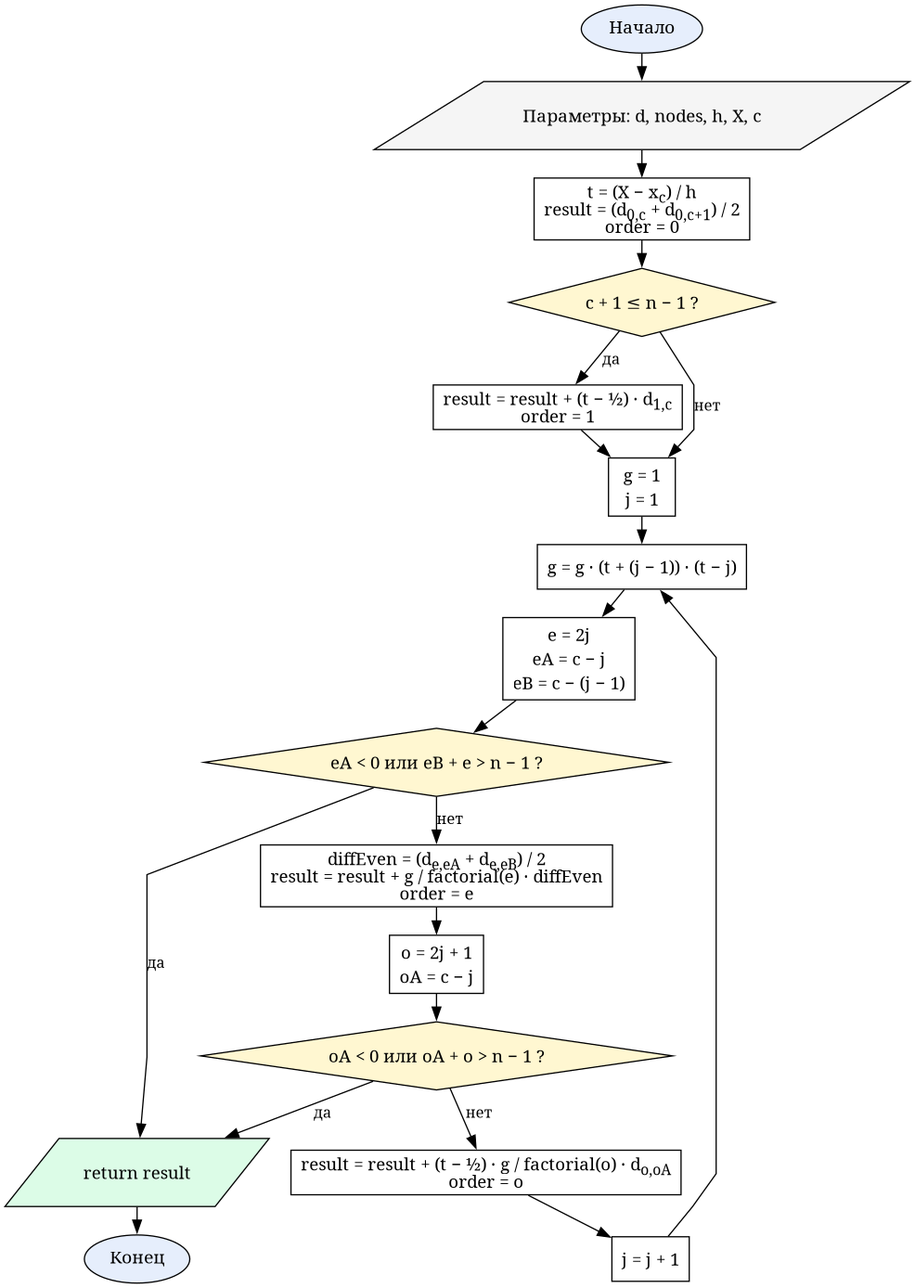
Earlier version of the Graphviz export reports/resources/flowcharts/lab5_bessel.png (Oriptal/calc-math-lab2). Its source is kept beside it as reports/resources/flowcharts/lab5_bessel.dot.
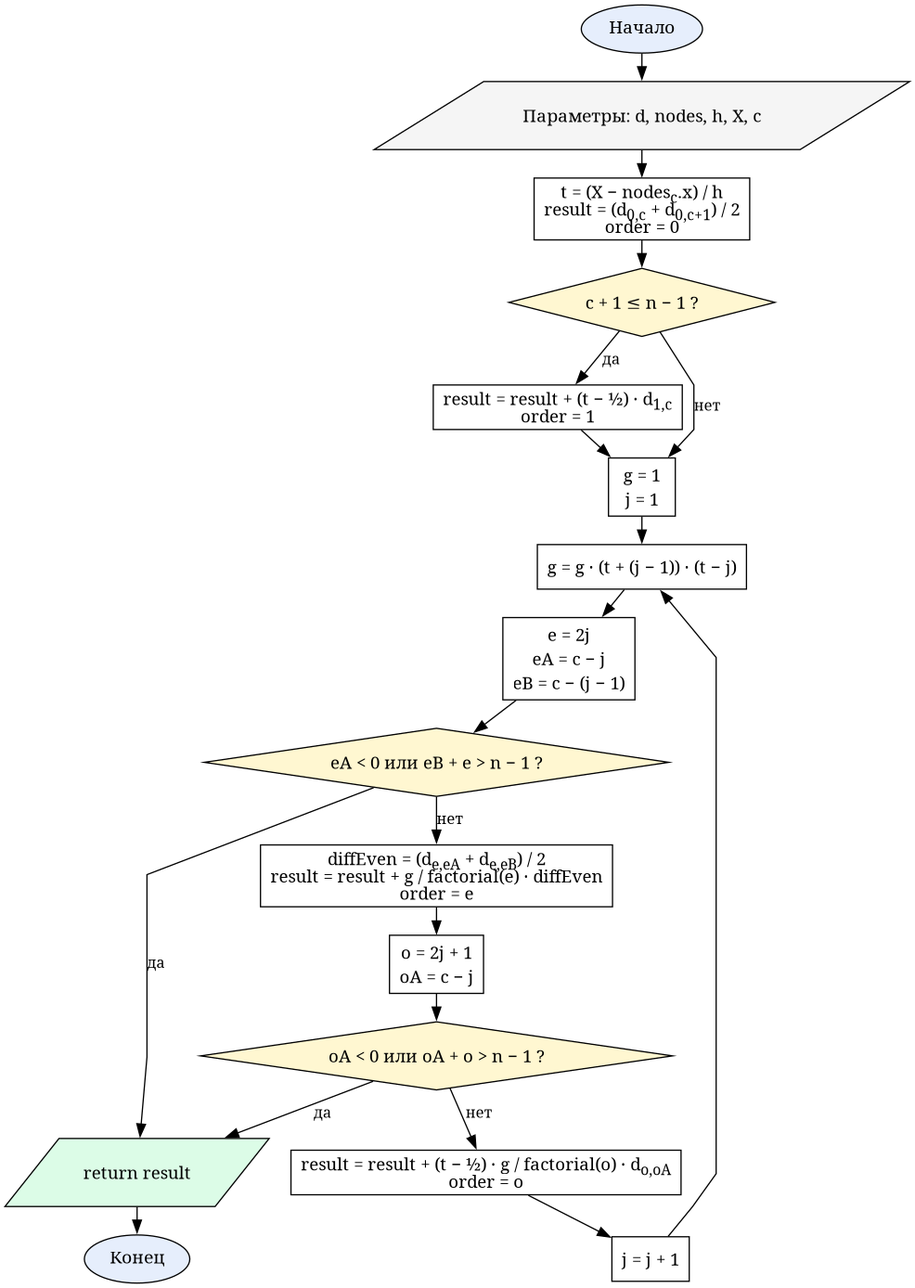
After the commit.

The edit, as a diff of the source:
```diff
@@ -5,7 +5,7 @@
 
   start  [label="Начало", shape=oval, fillcolor="#e6eefc"]
   input  [label=<Параметры: d, nodes, h, X, c>, shape=parallelogram, fillcolor="#f5f5f5"]
-  init   [label=<t = (X − x<SUB>c</SUB>) / h<BR/>result = (d<SUB>0,c</SUB> + d<SUB>0,c+1</SUB>) / 2<BR/>order = 0>, shape=box]
+  init   [label=<t = (X − nodes<SUB>c</SUB>.x) / h<BR/>result = (d<SUB>0,c</SUB> + d<SUB>0,c+1</SUB>) / 2<BR/>order = 0>, shape=box]
   g1chk  [label=<c + 1 ≤ n − 1 ?>, shape=diamond, fillcolor="#fff7d1"]
   term1  [label=<result = result + (t − ½) · d<SUB>1,c</SUB><BR/>order = 1>, shape=box]
   setg   [label=<g = 1<BR/>j = 1>, shape=box]
```
